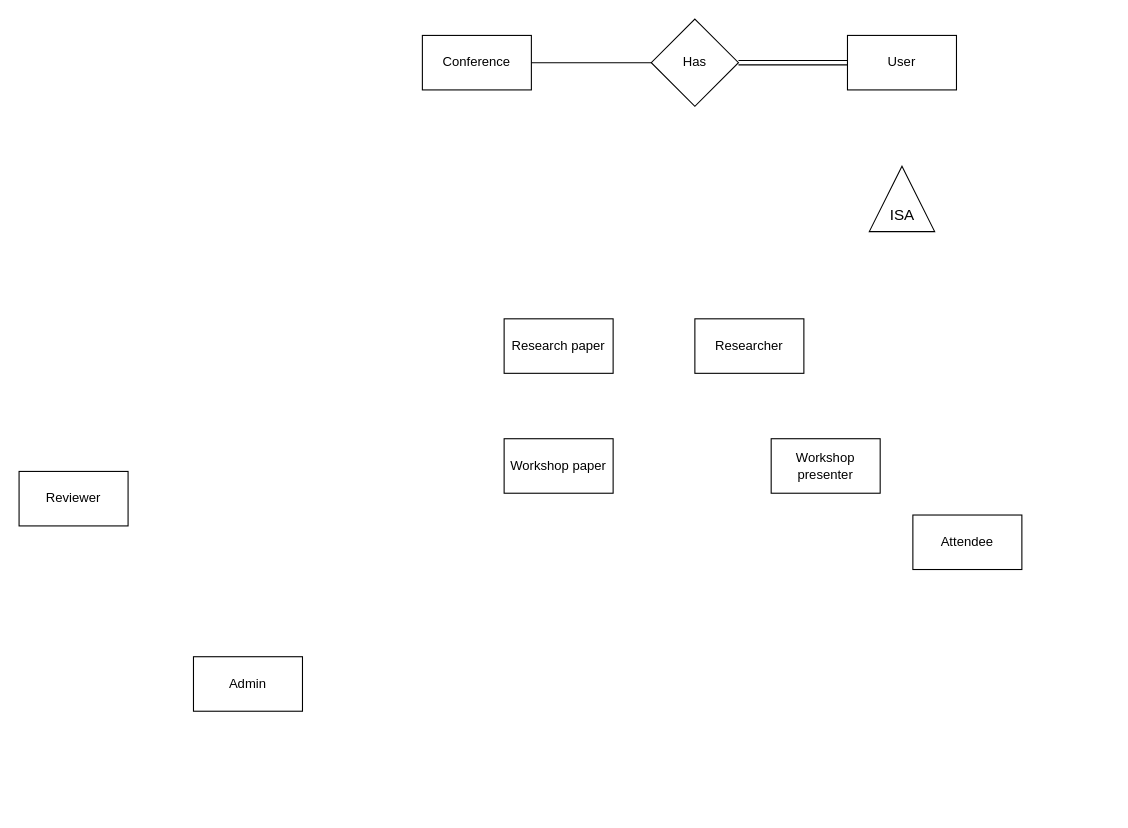
The draw.io diagram diagrams/ER.drawio in matthew-sliit/conferencemgtool, before the edit. Source tidied: cells renumbered, new cells numbered last; positions are measured from the earlier drawing's top-left corner, leaving out a move shared by most shapes. Both pictures are drawn from the tidied source at 109%, with x=0, y=0 at pixel (19, 19).
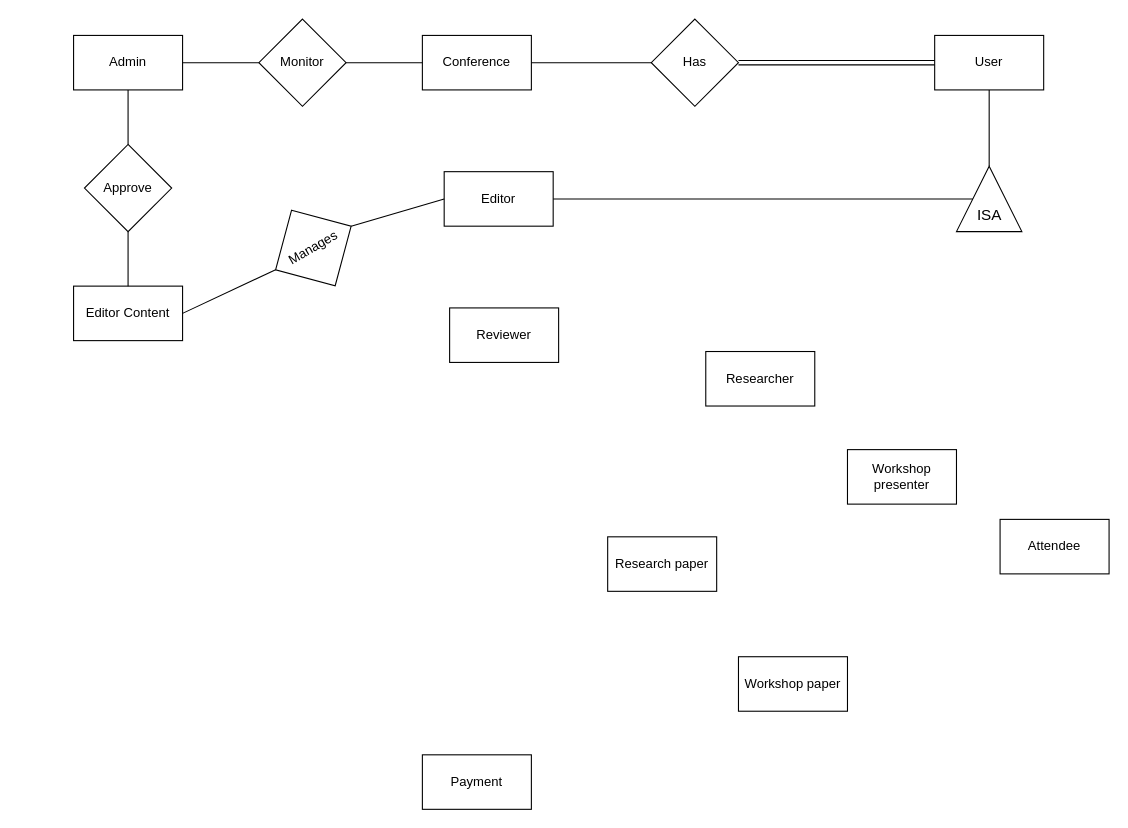
Above is the later version.

Unchanged cells that the change refers to:
```xml
<mxCell id="6" value="Conference" style="rounded=0;whiteSpace=wrap;html=1;" parent="1" vertex="1">
  <mxGeometry x="370" y="15" width="100" height="50" as="geometry" />
</mxCell>
```

Diff of the diagram source:
```diff
@@
     <mxCell id="2" value="User" style="rounded=0;whiteSpace=wrap;html=1;" parent="1" vertex="1">
-      <mxGeometry x="760" y="15" width="100" height="50" as="geometry" />
+      <mxGeometry x="840" y="15" width="100" height="50" as="geometry" />
     </mxCell>
     <mxCell id="3" value="Research paper" style="rounded=0;whiteSpace=wrap;html=1;" parent="1" vertex="1">
-      <mxGeometry x="445" y="275" width="100" height="50" as="geometry" />
+      <mxGeometry x="540" y="475" width="100" height="50" as="geometry" />
     </mxCell>
     <mxCell id="4" value="Workshop paper" style="rounded=0;whiteSpace=wrap;html=1;" parent="1" vertex="1">
-      <mxGeometry x="445" y="385" width="100" height="50" as="geometry" />
+      <mxGeometry x="660" y="585" width="100" height="50" as="geometry" />
     </mxCell>
     <mxCell id="5" value="Reviewer" style="rounded=0;whiteSpace=wrap;html=1;" parent="1" vertex="1">
-      <mxGeometry y="415" width="100" height="50" as="geometry" />
+      <mxGeometry x="395" y="265" width="100" height="50" as="geometry" />
     </mxCell>
@@
     <mxCell id="7" value="Admin" style="rounded=0;whiteSpace=wrap;html=1;" parent="1" vertex="1">
-      <mxGeometry x="160" y="585" width="100" height="50" as="geometry" />
+      <mxGeometry x="50" y="15" width="100" height="50" as="geometry" />
     </mxCell>
     <mxCell id="8" value="Researcher" style="rounded=0;whiteSpace=wrap;html=1;" parent="1" vertex="1">
-      <mxGeometry x="620" y="275" width="100" height="50" as="geometry" />
+      <mxGeometry x="630" y="305" width="100" height="50" as="geometry" />
     </mxCell>
     <mxCell id="9" value="Workshop presenter" style="rounded=0;whiteSpace=wrap;html=1;" parent="1" vertex="1">
-      <mxGeometry x="690" y="385" width="100" height="50" as="geometry" />
+      <mxGeometry x="760" y="395" width="100" height="50" as="geometry" />
     </mxCell>
     <mxCell id="10" style="triangle;whiteSpace=wrap;html=1;rotation=-90;" parent="1" vertex="1">
-      <mxGeometry x="780" y="135" width="60" height="60" as="geometry" />
+      <mxGeometry x="860" y="135" width="60" height="60" as="geometry" />
     </mxCell>
     <mxCell id="11" value="&lt;font style=&quot;font-size: 14px&quot;&gt;ISA&lt;/font&gt;" style="text;html=1;align=center;verticalAlign=middle;strokeColor=none;" parent="1" vertex="1">
-      <mxGeometry x="790" y="170" width="40" height="20" as="geometry" />
+      <mxGeometry x="870" y="170" width="40" height="20" as="geometry" />
     </mxCell>
     <mxCell id="12" value="Attendee" style="rounded=0;whiteSpace=wrap;html=1;" parent="1" vertex="1">
-      <mxGeometry x="820" y="455" width="100" height="50" as="geometry" />
+      <mxGeometry x="900" y="459" width="100" height="50" as="geometry" />
     </mxCell>
@@
+    <mxCell id="16" value="Editor Content" style="rounded=0;whiteSpace=wrap;html=1;" parent="1" vertex="1">
+      <mxGeometry x="50" y="245" width="100" height="50" as="geometry" />
+    </mxCell>
+    <mxCell id="17" value="Approve" style="rhombus;whiteSpace=wrap;html=1;" parent="1" vertex="1">
+      <mxGeometry x="60" y="115" width="80" height="80" as="geometry" />
+    </mxCell>
+    <mxCell id="18" style="endArrow=none;html=1;exitX=0.5;exitY=1;exitDx=0;exitDy=0;entryX=0.5;entryY=0;entryDx=0;entryDy=0;" parent="1" edge="1" source="7" target="17">
+      <mxGeometry relative="1" as="geometry" />
+    </mxCell>
+    <mxCell id="19" style="endArrow=none;html=1;exitX=0.5;exitY=1;exitDx=0;exitDy=0;entryX=0.5;entryY=0;entryDx=0;entryDy=0;" parent="1" edge="1" source="17" target="16">
+      <mxGeometry relative="1" as="geometry" />
+    </mxCell>
+    <mxCell id="20" value="Monitor" style="rhombus;whiteSpace=wrap;html=1;" parent="1" vertex="1">
+      <mxGeometry x="220" width="80" height="80" as="geometry" />
+    </mxCell>
+    <mxCell id="21" style="endArrow=none;html=1;exitX=1;exitY=0.5;exitDx=0;exitDy=0;entryX=0;entryY=0.5;entryDx=0;entryDy=0;" parent="1" edge="1" source="20" target="6">
+      <mxGeometry relative="1" as="geometry" />
+    </mxCell>
+    <mxCell id="22" style="endArrow=none;html=1;exitX=1;exitY=0.5;exitDx=0;exitDy=0;entryX=0;entryY=0.5;entryDx=0;entryDy=0;" parent="1" edge="1" source="7" target="20">
+      <mxGeometry relative="1" as="geometry" />
+    </mxCell>
+    <mxCell id="23" value="Editor" style="rounded=0;whiteSpace=wrap;html=1;" parent="1" vertex="1">
+      <mxGeometry x="390" y="140" width="100" height="50" as="geometry" />
+    </mxCell>
+    <mxCell id="24" value="Manages" style="rhombus;whiteSpace=wrap;html=1;rotation=-30;" parent="1" vertex="1">
+      <mxGeometry x="230" y="170" width="80" height="80" as="geometry" />
+    </mxCell>
+    <mxCell id="25" style="endArrow=none;html=1;exitX=1;exitY=0.5;exitDx=0;exitDy=0;entryX=0;entryY=0.5;entryDx=0;entryDy=0;" parent="1" edge="1" source="16" target="24">
+      <mxGeometry relative="1" as="geometry" />
+    </mxCell>
+    <mxCell id="26" style="endArrow=none;html=1;exitX=1;exitY=0.5;exitDx=0;exitDy=0;entryX=0;entryY=0.5;entryDx=0;entryDy=0;" parent="1" edge="1" source="24" target="23">
+      <mxGeometry relative="1" as="geometry" />
+    </mxCell>
+    <mxCell id="27" style="endArrow=none;html=1;exitX=1;exitY=0.5;exitDx=0;exitDy=0;entryX=0.5;entryY=0;entryDx=0;entryDy=0;" parent="1" edge="1" source="23" target="10">
+      <mxGeometry relative="1" as="geometry" />
+    </mxCell>
+    <mxCell id="28" style="endArrow=none;html=1;exitX=1;exitY=0.5;exitDx=0;exitDy=0;entryX=0.5;entryY=1;entryDx=0;entryDy=0;" parent="1" edge="1" source="10" target="2">
+      <mxGeometry relative="1" as="geometry" />
+    </mxCell>
+    <mxCell id="29" value="Payment" style="rounded=0;whiteSpace=wrap;html=1;" parent="1" vertex="1">
+      <mxGeometry x="370" y="675" width="100" height="50" as="geometry" />
+    </mxCell>
```
